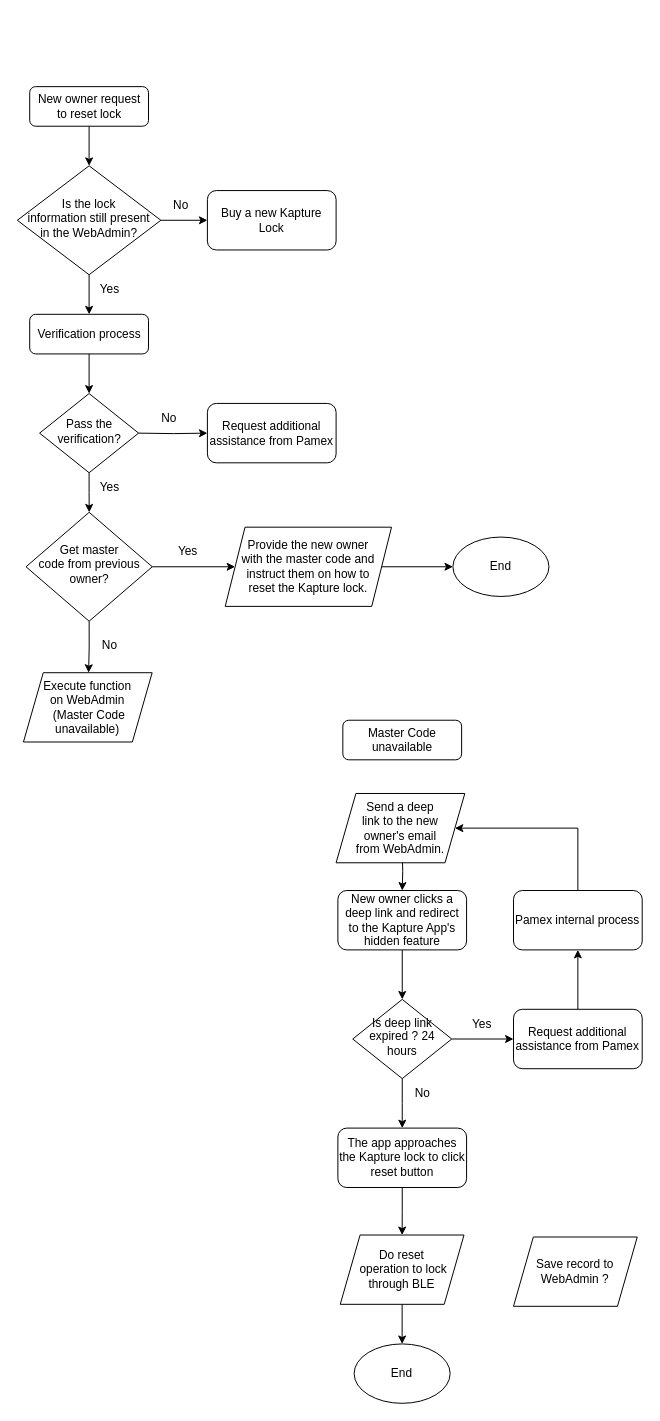
Before: 未命名圖表.drawio in kevin3747118/ALZK, a draw.io diagram. Source tidied: cells renumbered, new cells numbered last; positions are measured from the earlier drawing's top-left corner, leaving out a move shared by most shapes. Both pictures are drawn from the tidied source at 99%, with x=0, y=0 at pixel (17, 86).
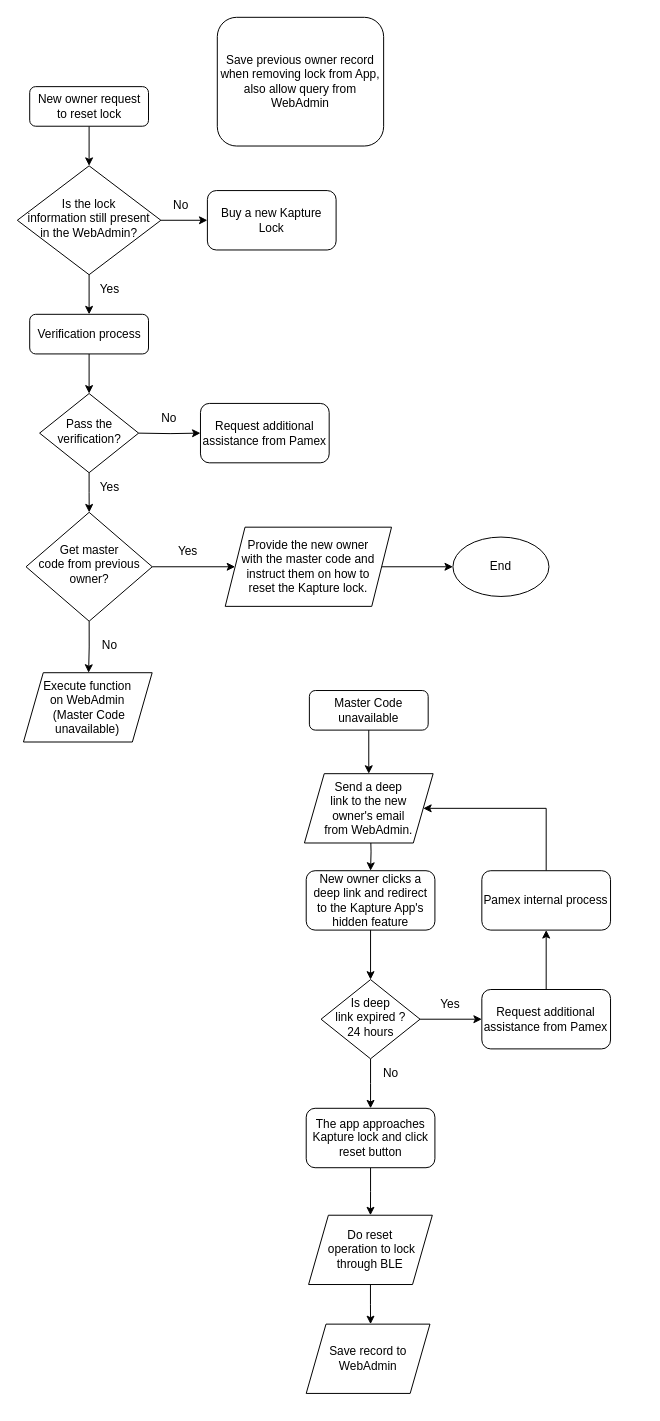
The same page after the edit.

Commit message:
更新未命名圖表.drawio

The edit, as a diff of the source:
```diff
@@
     <mxCell id="16" value="Request&amp;nbsp;additional assistance from Pamex" style="rounded=1;whiteSpace=wrap;html=1;fontSize=12;glass=0;strokeWidth=1;shadow=0;" parent="1" vertex="1">
-      <mxGeometry x="192" y="320" width="130" height="60" as="geometry" />
+      <mxGeometry x="185" y="320" width="130" height="60" as="geometry" />
     </mxCell>
@@
     <mxCell id="26" style="edgeStyle=orthogonalEdgeStyle;rounded=0;jettySize=auto;html=1;exitX=0.5;exitY=1;exitDx=0;exitDy=0;entryX=0.5;entryY=0;entryDx=0;entryDy=0;" parent="1" edge="1" target="31">
       <mxGeometry relative="1" as="geometry">
-        <mxPoint x="388.8" y="772" as="sourcePoint" />
+        <mxPoint x="356.8" y="752" as="sourcePoint" />
       </mxGeometry>
     </mxCell>
     <mxCell id="27" style="edgeStyle=orthogonalEdgeStyle;rounded=0;jettySize=auto;html=1;exitX=0.5;exitY=1;exitDx=0;exitDy=0;entryX=0.5;entryY=0;entryDx=0;entryDy=0;" parent="1" edge="1" source="29">
       <mxGeometry relative="1" as="geometry">
-        <mxPoint x="388.8" y="1052" as="targetPoint" />
+        <mxPoint x="356.8" y="1032" as="targetPoint" />
       </mxGeometry>
     </mxCell>
@@
-    <mxCell id="29" value="Is deep link expired ? 24 hours" style="rhombus;whiteSpace=wrap;html=1;shadow=0;fontFamily=Helvetica;fontSize=12;align=center;strokeWidth=1;spacing=6;spacingTop=-4;" parent="1" vertex="1">
-      <mxGeometry x="338.8" y="922" width="100" height="80" as="geometry" />
+    <mxCell id="29" value="Is deep &lt;br&gt;link expired ? &lt;br&gt;24 hours" style="rhombus;whiteSpace=wrap;html=1;shadow=0;fontFamily=Helvetica;fontSize=12;align=center;strokeWidth=1;spacing=6;spacingTop=-4;" parent="1" vertex="1">
+      <mxGeometry x="306.8" y="902" width="100" height="80" as="geometry" />
     </mxCell>
@@
     <mxCell id="31" value="New owner clicks a deep link and redirect to the Kapture App's hidden feature" style="rounded=1;whiteSpace=wrap;html=1;fontSize=12;glass=0;strokeWidth=1;shadow=0;" parent="1" vertex="1">
-      <mxGeometry x="323.8" y="812" width="130" height="60" as="geometry" />
+      <mxGeometry x="291.8" y="792" width="130" height="60" as="geometry" />
     </mxCell>
     <mxCell id="32" value="No" style="text;html=1;align=center;verticalAlign=middle;strokeColor=none;fillColor=none;" parent="1" vertex="1">
-      <mxGeometry x="388.8" y="1002" width="40" height="30" as="geometry" />
+      <mxGeometry x="356.8" y="982" width="40" height="30" as="geometry" />
     </mxCell>
-    <mxCell id="33" style="edgeStyle=orthogonalEdgeStyle;rounded=0;jettySize=auto;html=1;exitX=0.5;exitY=1;exitDx=0;exitDy=0;entryX=0.5;entryY=0;entryDx=0;entryDy=0;" parent="1" edge="1" source="34" target="36">
-      <mxGeometry relative="1" as="geometry" />
+    <mxCell id="33" style="edgeStyle=orthogonalEdgeStyle;rounded=0;jettySize=auto;html=1;exitX=0.5;exitY=1;exitDx=0;exitDy=0;entryX=0.5;entryY=0;entryDx=0;entryDy=0;" parent="1" edge="1" source="34">
+      <mxGeometry relative="1" as="geometry">
+        <mxPoint x="356.8" y="1250" as="targetPoint" />
+      </mxGeometry>
     </mxCell>
     <mxCell id="34" value="Do reset&lt;br&gt;&amp;nbsp;operation to lock through BLE" style="shape=parallelogram;perimeter=parallelogramPerimeter;whiteSpace=wrap;html=1;fixedSize=1;" parent="1" vertex="1">
-      <mxGeometry x="326.2" y="1160" width="125" height="70" as="geometry" />
+      <mxGeometry x="294.2" y="1140" width="125" height="70" as="geometry" />
     </mxCell>
     <mxCell id="35" value="Send a deep &lt;br&gt;link to the new &lt;br&gt;owner's email &lt;br&gt;from WebAdmin." style="shape=parallelogram;perimeter=parallelogramPerimeter;whiteSpace=wrap;html=1;fixedSize=1;" parent="1" vertex="1">
-      <mxGeometry x="322" y="714" width="130" height="70" as="geometry" />
+      <mxGeometry x="290" y="694" width="130" height="70" as="geometry" />
     </mxCell>
-    <mxCell id="36" value="End" style="ellipse;whiteSpace=wrap;html=1;" parent="1" vertex="1">
-      <mxGeometry x="340.2" y="1270" width="97" height="60" as="geometry" />
-    </mxCell>
@@
     <mxCell id="38" value="Request&amp;nbsp;additional assistance from Pamex" style="rounded=1;whiteSpace=wrap;html=1;fontSize=12;glass=0;strokeWidth=1;shadow=0;" parent="1" vertex="1">
-      <mxGeometry x="501.2" y="932" width="130" height="60" as="geometry" />
+      <mxGeometry x="469.2" y="912" width="130" height="60" as="geometry" />
     </mxCell>
     <mxCell id="39" value="Yes" style="text;html=1;align=center;verticalAlign=middle;strokeColor=none;fillColor=none;" parent="1" vertex="1">
-      <mxGeometry x="448.8" y="932" width="40" height="30" as="geometry" />
+      <mxGeometry x="416.8" y="912" width="40" height="30" as="geometry" />
     </mxCell>
     <mxCell id="40" style="edgeStyle=orthogonalEdgeStyle;rounded=0;jettySize=auto;html=1;exitX=0.5;exitY=0;exitDx=0;exitDy=0;entryX=1;entryY=0.5;entryDx=0;entryDy=0;" parent="1" edge="1" source="41" target="35">
       <mxGeometry relative="1" as="geometry">
         <Array as="points">
-          <mxPoint x="566" y="749" />
+          <mxPoint x="534" y="729" />
         </Array>
       </mxGeometry>
     </mxCell>
     <mxCell id="41" value="Pamex internal process" style="rounded=1;whiteSpace=wrap;html=1;fontSize=12;glass=0;strokeWidth=1;shadow=0;" parent="1" vertex="1">
-      <mxGeometry x="501.2" y="812" width="130" height="60" as="geometry" />
+      <mxGeometry x="469.2" y="792" width="130" height="60" as="geometry" />
     </mxCell>
-    <mxCell id="42" value="Save record to WebAdmin ?" style="shape=parallelogram;perimeter=parallelogramPerimeter;whiteSpace=wrap;html=1;fixedSize=1;" parent="1" vertex="1">
-      <mxGeometry x="501.2" y="1162" width="125" height="70" as="geometry" />
-    </mxCell>
@@
-    <mxCell id="44" value="The app approaches the Kapture lock to click reset button" style="rounded=1;whiteSpace=wrap;html=1;fontSize=12;glass=0;strokeWidth=1;shadow=0;" parent="1" vertex="1">
-      <mxGeometry x="323.8" y="1052" width="130" height="60" as="geometry" />
+    <mxCell id="44" value="The app approaches Kapture lock and click reset button" style="rounded=1;whiteSpace=wrap;html=1;fontSize=12;glass=0;strokeWidth=1;shadow=0;" parent="1" vertex="1">
+      <mxGeometry x="291.8" y="1032" width="130" height="60" as="geometry" />
     </mxCell>
@@
+    <mxCell id="47" style="edgeStyle=orthogonalEdgeStyle;rounded=0;jettySize=auto;html=1;exitX=0.5;exitY=1;exitDx=0;exitDy=0;" parent="1" edge="1" source="46" target="35">
+      <mxGeometry relative="1" as="geometry" />
+    </mxCell>
     <mxCell id="46" value="Master Code unavailable" style="rounded=1;whiteSpace=wrap;html=1;fontSize=12;glass=0;strokeWidth=1;shadow=0;" parent="1" vertex="1">
-      <mxGeometry x="328.8" y="640" width="120" height="40" as="geometry" />
+      <mxGeometry x="295" y="610" width="120" height="40" as="geometry" />
     </mxCell>
+    <mxCell id="48" value="Save record to WebAdmin" style="shape=parallelogram;perimeter=parallelogramPerimeter;whiteSpace=wrap;html=1;fixedSize=1;" parent="1" vertex="1">
+      <mxGeometry x="291.8" y="1250" width="125" height="70" as="geometry" />
+    </mxCell>
+    <mxCell id="49" value="Save previous owner record when removing lock from App, also allow query from WebAdmin" style="rounded=1;whiteSpace=wrap;html=1;fontSize=12;glass=0;strokeWidth=1;shadow=0;" parent="1" vertex="1">
+      <mxGeometry x="202" y="-70" width="168" height="130" as="geometry" />
+    </mxCell>
```
